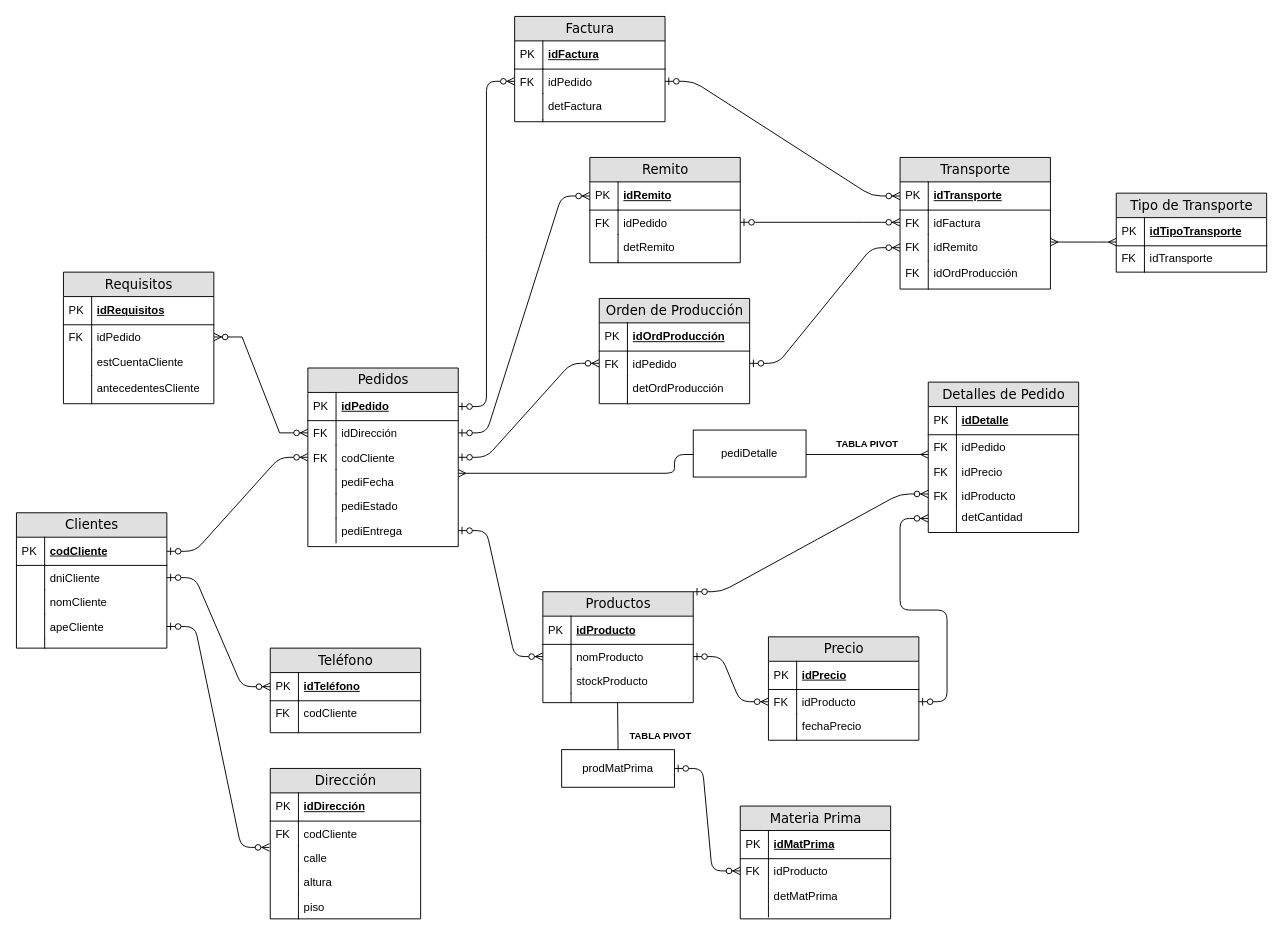
The draw.io diagram Diagrama sin título.drawio in kiloZ333/kiloZ333, before the edit. Source tidied: cells renumbered, new cells numbered last; positions are measured from the earlier drawing's top-left corner, leaving out a move shared by most shapes. Both pictures are drawn from the tidied source at 94%, with x=0, y=0 at pixel (16, 16).
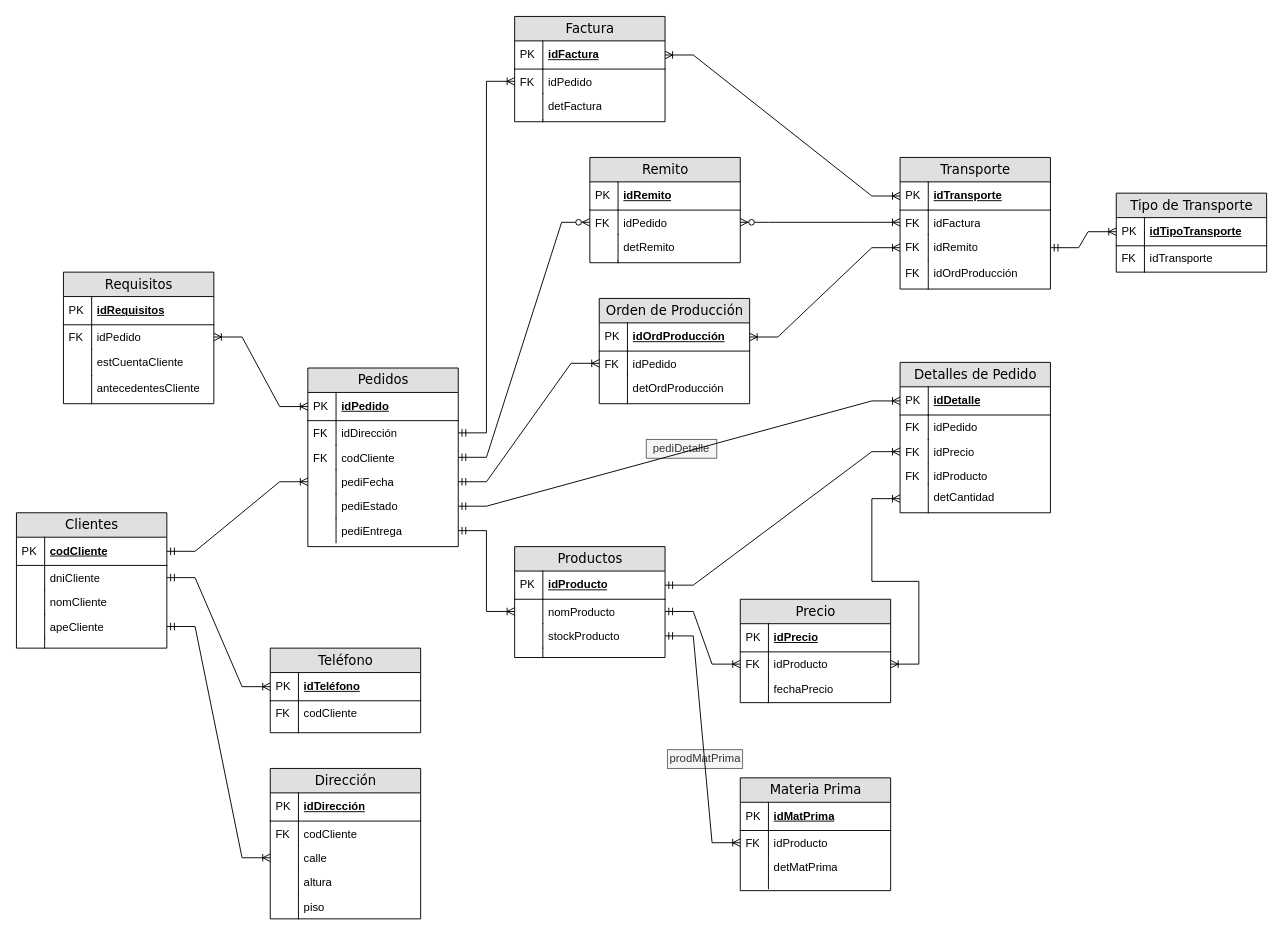
Above is the later version.

Unchanged cells that the change refers to:
```xml
<mxCell id="3" value="idDetalle" style="shape=partialRectangle;top=0;left=0;right=0;bottom=1;html=1;align=left;verticalAlign=middle;fillColor=none;spacingLeft=34;spacingRight=4;whiteSpace=wrap;overflow=hidden;points=[[0,0.5],[1,0.5]];portConstraint=eastwest;fontStyle=5;" parent="2" vertex="1">
<mxCell id="7" value="idPrecio" style="shape=partialRectangle;top=0;left=0;right=0;bottom=0;html=1;align=left;verticalAlign=top;fillColor=none;spacingLeft=34;spacingRight=4;whiteSpace=wrap;overflow=hidden;points=[[0,0.5],[1,0.5]];portConstraint=eastwest;" parent="2" vertex="1">
<mxCell id="9" value="idProducto" style="shape=partialRectangle;top=0;left=0;right=0;bottom=0;html=1;align=left;verticalAlign=top;fillColor=none;spacingLeft=34;spacingRight=4;whiteSpace=wrap;overflow=hidden;points=[[0,0.5],[1,0.5]];portConstraint=eastwest;" parent="2" vertex="1">
<mxCell id="11" value="detCantidad" style="shape=partialRectangle;top=0;left=0;right=0;bottom=0;html=1;align=left;verticalAlign=top;fillColor=none;spacingLeft=34;spacingRight=4;whiteSpace=wrap;overflow=hidden;points=[[0,0.5],[1,0.5]];portConstraint=eastwest;" parent="2" vertex="1">
<mxCell id="16" value="idProducto" style="shape=partialRectangle;top=0;left=0;right=0;bottom=0;html=1;align=left;verticalAlign=top;fillColor=none;spacingLeft=34;spacingRight=4;whiteSpace=wrap;overflow=hidden;points=[[0,0.5],[1,0.5]];portConstraint=eastwest;" parent="13" vertex="1">
<mxCell id="23" value="idProducto" style="shape=partialRectangle;top=0;left=0;right=0;bottom=1;html=1;align=left;verticalAlign=middle;fillColor=none;spacingLeft=34;spacingRight=4;whiteSpace=wrap;overflow=hidden;points=[[0,0.5],[1,0.5]];portConstraint=eastwest;fontStyle=5;" parent="22" vertex="1">
<mxCell id="25" value="nomProducto" style="shape=partialRectangle;top=0;left=0;right=0;bottom=0;html=1;align=left;verticalAlign=top;fillColor=none;spacingLeft=34;spacingRight=4;whiteSpace=wrap;overflow=hidden;points=[[0,0.5],[1,0.5]];portConstraint=eastwest;" parent="22" vertex="1">
<mxCell id="27" value="stockProducto" style="shape=partialRectangle;top=0;left=0;right=0;bottom=0;html=1;align=left;verticalAlign=top;fillColor=none;spacingLeft=34;spacingRight=4;whiteSpace=wrap;overflow=hidden;points=[[0,0.5],[1,0.5]];portConstraint=eastwest;" parent="22" vertex="1">
<mxCell id="35" value="codCliente" style="shape=partialRectangle;top=0;left=0;right=0;bottom=1;html=1;align=left;verticalAlign=middle;fillColor=none;spacingLeft=34;spacingRight=4;whiteSpace=wrap;overflow=hidden;points=[[0,0.5],[1,0.5]];portConstraint=eastwest;fontStyle=5;" parent="34" vertex="1">
<mxCell id="37" value="dniCliente" style="shape=partialRectangle;top=0;left=0;right=0;bottom=0;html=1;align=left;verticalAlign=top;fillColor=none;spacingLeft=34;spacingRight=4;whiteSpace=wrap;overflow=hidden;points=[[0,0.5],[1,0.5]];portConstraint=eastwest;" parent="34" vertex="1">
<mxCell id="41" value="apeCliente" style="shape=partialRectangle;top=0;left=0;right=0;bottom=0;html=1;align=left;verticalAlign=top;fillColor=none;spacingLeft=34;spacingRight=4;whiteSpace=wrap;overflow=hidden;points=[[0,0.5],[1,0.5]];portConstraint=eastwest;" parent="34" vertex="1">
<mxCell id="50" value="calle" style="shape=partialRectangle;top=0;left=0;right=0;bottom=0;html=1;align=left;verticalAlign=top;fillColor=none;spacingLeft=34;spacingRight=4;whiteSpace=wrap;overflow=hidden;points=[[0,0.5],[1,0.5]];portConstraint=eastwest;" parent="45" vertex="1">
<mxCell id="59" value="Pedidos" style="swimlane;html=1;fontStyle=0;horizontal=1;startSize=26;fillColor=#e0e0e0;swimlaneFillColor=#ffffff;align=center;rounded=0;shadow=0;comic=0;labelBackgroundColor=none;strokeWidth=1;fontFamily=Verdana;fontSize=14;" parent="1" vertex="1">
<mxCell id="60" value="idPedido" style="shape=partialRectangle;top=0;left=0;right=0;bottom=1;html=1;align=left;verticalAlign=middle;fillColor=none;spacingLeft=34;spacingRight=4;whiteSpace=wrap;overflow=hidden;points=[[0,0.5],[1,0.5]];portConstraint=eastwest;fontStyle=5;" parent="59" vertex="1">
<mxCell id="62" value="idDirección" style="shape=partialRectangle;top=0;left=0;right=0;bottom=0;html=1;align=left;verticalAlign=top;fillColor=none;spacingLeft=34;spacingRight=4;whiteSpace=wrap;overflow=hidden;points=[[0,0.5],[1,0.5]];portConstraint=eastwest;" parent="59" vertex="1">
<mxCell id="64" value="codCliente" style="shape=partialRectangle;top=0;left=0;right=0;bottom=0;html=1;align=left;verticalAlign=top;fillColor=none;spacingLeft=34;spacingRight=4;whiteSpace=wrap;overflow=hidden;points=[[0,0.5],[1,0.5]];portConstraint=eastwest;" parent="59" vertex="1">
<mxCell id="66" value="pediFecha" style="shape=partialRectangle;top=0;left=0;right=0;bottom=0;html=1;align=left;verticalAlign=top;fillColor=none;spacingLeft=34;spacingRight=4;whiteSpace=wrap;overflow=hidden;points=[[0,0.5],[1,0.5]];portConstraint=eastwest;" parent="59" vertex="1">
<mxCell id="68" value="pediEstado" style="shape=partialRectangle;top=0;left=0;right=0;bottom=0;html=1;align=left;verticalAlign=top;fillColor=none;spacingLeft=34;spacingRight=4;whiteSpace=wrap;overflow=hidden;points=[[0,0.5],[1,0.5]];portConstraint=eastwest;" parent="59" vertex="1">
<mxCell id="70" value="pediEntrega" style="shape=partialRectangle;top=0;left=0;right=0;bottom=0;html=1;align=left;verticalAlign=top;fillColor=none;spacingLeft=34;spacingRight=4;whiteSpace=wrap;overflow=hidden;points=[[0,0.5],[1,0.5]];portConstraint=eastwest;" parent="59" vertex="1">
<mxCell id="74" value="idTeléfono" style="shape=partialRectangle;top=0;left=0;right=0;bottom=1;html=1;align=left;verticalAlign=middle;fillColor=none;spacingLeft=34;spacingRight=4;whiteSpace=wrap;overflow=hidden;points=[[0,0.5],[1,0.5]];portConstraint=eastwest;fontStyle=5;" parent="73" vertex="1">
<mxCell id="86" value="idProducto" style="shape=partialRectangle;top=0;left=0;right=0;bottom=0;html=1;align=left;verticalAlign=top;fillColor=none;spacingLeft=34;spacingRight=4;whiteSpace=wrap;overflow=hidden;points=[[0,0.5],[1,0.5]];portConstraint=eastwest;" parent="83" vertex="1">
<mxCell id="96" value="idFactura" style="shape=partialRectangle;top=0;left=0;right=0;bottom=1;html=1;align=left;verticalAlign=middle;fillColor=none;spacingLeft=34;spacingRight=4;whiteSpace=wrap;overflow=hidden;points=[[0,0.5],[1,0.5]];portConstraint=eastwest;fontStyle=5;" parent="95" vertex="1">
<mxCell id="98" value="idPedido" style="shape=partialRectangle;top=0;left=0;right=0;bottom=0;html=1;align=left;verticalAlign=top;fillColor=none;spacingLeft=34;spacingRight=4;whiteSpace=wrap;overflow=hidden;points=[[0,0.5],[1,0.5]];portConstraint=eastwest;" parent="95" vertex="1">
<mxCell id="105" value="idRemito" style="shape=partialRectangle;top=0;left=0;right=0;bottom=1;html=1;align=left;verticalAlign=middle;fillColor=none;spacingLeft=34;spacingRight=4;whiteSpace=wrap;overflow=hidden;points=[[0,0.5],[1,0.5]];portConstraint=eastwest;fontStyle=5;" parent="104" vertex="1">
<mxCell id="107" value="idPedido" style="shape=partialRectangle;top=0;left=0;right=0;bottom=0;html=1;align=left;verticalAlign=top;fillColor=none;spacingLeft=34;spacingRight=4;whiteSpace=wrap;overflow=hidden;points=[[0,0.5],[1,0.5]];portConstraint=eastwest;" parent="104" vertex="1">
<mxCell id="115" value="idOrdProducción" style="shape=partialRectangle;top=0;left=0;right=0;bottom=1;html=1;align=left;verticalAlign=middle;fillColor=none;spacingLeft=34;spacingRight=4;whiteSpace=wrap;overflow=hidden;points=[[0,0.5],[1,0.5]];portConstraint=eastwest;fontStyle=5;" parent="114" vertex="1">
<mxCell id="117" value="idPedido" style="shape=partialRectangle;top=0;left=0;right=0;bottom=0;html=1;align=left;verticalAlign=top;fillColor=none;spacingLeft=34;spacingRight=4;whiteSpace=wrap;overflow=hidden;points=[[0,0.5],[1,0.5]];portConstraint=eastwest;" parent="114" vertex="1">
<mxCell id="128" value="idTransporte" style="shape=partialRectangle;top=0;left=0;right=0;bottom=1;html=1;align=left;verticalAlign=middle;fillColor=none;spacingLeft=34;spacingRight=4;whiteSpace=wrap;overflow=hidden;points=[[0,0.5],[1,0.5]];portConstraint=eastwest;fontStyle=5;" parent="127" vertex="1">
<mxCell id="130" value="idFactura" style="shape=partialRectangle;top=0;left=0;right=0;bottom=0;html=1;align=left;verticalAlign=top;fillColor=none;spacingLeft=34;spacingRight=4;whiteSpace=wrap;overflow=hidden;points=[[0,0.5],[1,0.5]];portConstraint=eastwest;" parent="127" vertex="1">
<mxCell id="132" value="idRemito" style="shape=partialRectangle;top=0;left=0;right=0;bottom=0;html=1;align=left;verticalAlign=top;fillColor=none;spacingLeft=34;spacingRight=4;whiteSpace=wrap;overflow=hidden;points=[[0,0.5],[1,0.5]];portConstraint=eastwest;" parent="127" vertex="1">
<mxCell id="138" value="idTipoTransporte" style="shape=partialRectangle;top=0;left=0;right=0;bottom=1;html=1;align=left;verticalAlign=middle;fillColor=none;spacingLeft=34;spacingRight=4;whiteSpace=wrap;overflow=hidden;points=[[0,0.5],[1,0.5]];portConstraint=eastwest;fontStyle=5;" parent="137" vertex="1">
<mxCell id="148" value="idPedido" style="shape=partialRectangle;top=0;left=0;right=0;bottom=0;html=1;align=left;verticalAlign=top;fillColor=none;spacingLeft=34;spacingRight=4;whiteSpace=wrap;overflow=hidden;points=[[0,0.5],[1,0.5]];portConstraint=eastwest;" parent="145" vertex="1">
```

The edit, as a diff of the source:
```diff
@@
     <mxCell id="2" value="Detalles de Pedido" style="swimlane;html=1;fontStyle=0;horizontal=1;startSize=26;fillColor=#e0e0e0;swimlaneFillColor=#ffffff;align=center;rounded=0;shadow=0;comic=0;labelBackgroundColor=none;strokeWidth=1;fontFamily=Verdana;fontSize=14;swimlaneLine=1;" parent="1" vertex="1">
-      <mxGeometry x="970" y="389" width="160" height="160" as="geometry" />
+      <mxGeometry x="940" y="368" width="160" height="160" as="geometry" />
     </mxCell>
@@
     <mxCell id="13" value="Materia Prima" style="swimlane;html=1;fontStyle=0;horizontal=1;startSize=26;fillColor=#e0e0e0;swimlaneFillColor=#ffffff;align=center;rounded=0;shadow=0;comic=0;labelBackgroundColor=none;strokeWidth=1;fontFamily=Verdana;fontSize=14;" parent="1" vertex="1">
-      <mxGeometry x="770" y="840" width="160" height="120" as="geometry" />
+      <mxGeometry x="770" y="810" width="160" height="120" as="geometry" />
     </mxCell>
@@
     <mxCell id="22" value="Productos" style="swimlane;html=1;fontStyle=0;horizontal=1;startSize=26;fillColor=#e0e0e0;swimlaneFillColor=#ffffff;align=center;rounded=0;shadow=0;comic=0;labelBackgroundColor=none;strokeWidth=1;fontFamily=Verdana;fontSize=14;" parent="1" vertex="1">
-      <mxGeometry x="560" y="612" width="160" height="118" as="geometry" />
+      <mxGeometry x="530" y="564" width="160" height="118" as="geometry" />
     </mxCell>
@@
-    <mxCell id="31" style="edgeStyle=orthogonalEdgeStyle;html=1;endArrow=ERmany;startArrow=ERmany;labelBackgroundColor=none;fontFamily=Verdana;fontSize=14;" parent="1" edge="1">
-      <mxGeometry relative="1" as="geometry">
-        <mxPoint x="970" y="466" as="sourcePoint" />
-        <mxPoint x="470" y="486" as="targetPoint" />
-        <Array as="points">
-          <mxPoint x="700" y="466" />
-          <mxPoint x="700" y="486" />
-        </Array>
-      </mxGeometry>
-    </mxCell>
-    <mxCell id="32" style="edgeStyle=entityRelationEdgeStyle;html=1;endArrow=ERzeroToMany;startArrow=ERzeroToOne;labelBackgroundColor=none;fontFamily=Verdana;fontSize=14;" parent="1" edge="1" source="60" target="98">
-      <mxGeometry relative="1" as="geometry" />
-    </mxCell>
-    <mxCell id="33" style="edgeStyle=entityRelationEdgeStyle;html=1;endArrow=ERzeroToMany;startArrow=ERzeroToOne;labelBackgroundColor=none;fontFamily=Verdana;fontSize=14;" parent="1" edge="1" source="25" target="86">
-      <mxGeometry relative="1" as="geometry" />
-    </mxCell>
@@
-    <mxCell id="56" style="edgeStyle=entityRelationEdgeStyle;html=1;endArrow=ERzeroToMany;startArrow=ERzeroToOne;labelBackgroundColor=none;fontFamily=Verdana;fontSize=14;entryX=-0.006;entryY=0.077;entryDx=0;entryDy=0;entryPerimeter=0;" parent="1" edge="1" source="41" target="50">
-      <mxGeometry relative="1" as="geometry" />
-    </mxCell>
-    <mxCell id="57" style="edgeStyle=entityRelationEdgeStyle;html=1;endArrow=ERzeroToMany;startArrow=ERzeroToOne;labelBackgroundColor=none;fontFamily=Verdana;fontSize=14;" parent="1" edge="1" source="37" target="74">
-      <mxGeometry relative="1" as="geometry" />
-    </mxCell>
-    <mxCell id="58" style="edgeStyle=entityRelationEdgeStyle;html=1;endArrow=ERzeroToMany;startArrow=ERzeroToOne;labelBackgroundColor=none;fontFamily=Verdana;fontSize=14;" parent="1" edge="1" source="35" target="64">
-      <mxGeometry relative="1" as="geometry" />
-    </mxCell>
@@
-    <mxCell id="72" style="edgeStyle=entityRelationEdgeStyle;html=1;endArrow=ERzeroToMany;startArrow=ERzeroToOne;labelBackgroundColor=none;fontFamily=Verdana;fontSize=14;" parent="1" edge="1" source="70" target="25">
-      <mxGeometry relative="1" as="geometry" />
-    </mxCell>
@@
-    <mxCell id="78" value="prodMatPrima" style="rounded=0;whiteSpace=wrap;html=1;" parent="1" vertex="1">
-      <mxGeometry x="580" y="780" width="120" height="40" as="geometry" />
+    <mxCell id="78" value="prodMatPrima" style="rounded=0;whiteSpace=wrap;html=1;shadow=0;glass=0;labelBackgroundColor=none;fillColor=#f5f5f5;fontColor=#333333;strokeColor=#666666;" parent="1" vertex="1">
+      <mxGeometry x="692.5" y="780" width="80" height="20" as="geometry" />
     </mxCell>
-    <mxCell id="79" value="&lt;font size=&quot;1&quot;&gt;&lt;b&gt;&lt;font style=&quot;font-size: 10px;&quot;&gt;TABLA PIVOT&lt;/font&gt;&lt;/b&gt;&lt;/font&gt;" style="text;html=1;align=center;verticalAlign=middle;strokeColor=none;fillColor=none;" parent="1" vertex="1">
-      <mxGeometry x="640" y="750" width="90" height="30" as="geometry" />
-    </mxCell>
-    <mxCell id="80" style="edgeStyle=entityRelationEdgeStyle;html=1;endArrow=ERzeroToMany;startArrow=ERzeroToOne;labelBackgroundColor=none;fontFamily=Verdana;fontSize=14;exitX=1;exitY=0.5;exitDx=0;exitDy=0;" parent="1" edge="1" target="16">
-      <mxGeometry relative="1" as="geometry">
-        <mxPoint x="700" y="800" as="sourcePoint" />
-      </mxGeometry>
-    </mxCell>
-    <mxCell id="81" style="endArrow=none;html=1;rounded=0;exitX=0.5;exitY=0;exitDx=0;exitDy=0;" parent="1" edge="1" source="78">
-      <mxGeometry relative="1" as="geometry">
-        <mxPoint x="639.5" y="730" as="targetPoint" />
-      </mxGeometry>
-    </mxCell>
-    <mxCell id="82" style="edgeStyle=entityRelationEdgeStyle;html=1;endArrow=ERzeroToMany;startArrow=ERzeroToOne;labelBackgroundColor=none;fontFamily=Verdana;fontSize=14;exitX=1;exitY=0;exitDx=0;exitDy=0;" parent="1" edge="1" source="22" target="9">
-      <mxGeometry relative="1" as="geometry" />
-    </mxCell>
     <mxCell id="83" value="Precio" style="swimlane;html=1;fontStyle=0;horizontal=1;startSize=26;fillColor=#e0e0e0;swimlaneFillColor=#ffffff;align=center;rounded=0;shadow=0;comic=0;labelBackgroundColor=none;strokeWidth=1;fontFamily=Verdana;fontSize=14;" parent="1" vertex="1">
-      <mxGeometry x="800" y="660" width="160" height="110" as="geometry" />
+      <mxGeometry x="770" y="620" width="160" height="110" as="geometry" />
     </mxCell>
@@
-    <mxCell id="92" style="edgeStyle=entityRelationEdgeStyle;html=1;endArrow=ERzeroToMany;startArrow=ERzeroToOne;labelBackgroundColor=none;fontFamily=Verdana;fontSize=14;entryX=0;entryY=0.5;entryDx=0;entryDy=0;" parent="1" edge="1" source="86" target="11">
-      <mxGeometry relative="1" as="geometry" />
-    </mxCell>
-    <mxCell id="93" value="pediDetalle" style="rounded=0;whiteSpace=wrap;html=1;" parent="1" vertex="1">
-      <mxGeometry x="720" y="440" width="120" height="50" as="geometry" />
-    </mxCell>
-    <mxCell id="94" style="edgeStyle=entityRelationEdgeStyle;html=1;endArrow=ERzeroToMany;startArrow=ERzeroToOne;labelBackgroundColor=none;fontFamily=Verdana;fontSize=14;" parent="1" edge="1" source="62" target="105">
-      <mxGeometry relative="1" as="geometry" />
-    </mxCell>
@@
-    <mxCell id="113" style="edgeStyle=entityRelationEdgeStyle;html=1;endArrow=ERzeroToMany;startArrow=ERzeroToOne;labelBackgroundColor=none;fontFamily=Verdana;fontSize=14;" parent="1" edge="1" source="59" target="117">
-      <mxGeometry relative="1" as="geometry" />
-    </mxCell>
@@
-    <mxCell id="123" value="&lt;font size=&quot;1&quot;&gt;&lt;b&gt;TABLA PIVOT&lt;/b&gt;&lt;/font&gt;" style="text;html=1;align=center;verticalAlign=middle;strokeColor=none;fillColor=none;" parent="1" vertex="1">
-      <mxGeometry x="860" y="440" width="90" height="30" as="geometry" />
-    </mxCell>
-    <mxCell id="124" style="edgeStyle=entityRelationEdgeStyle;html=1;endArrow=ERzeroToMany;startArrow=ERzeroToOne;labelBackgroundColor=none;fontFamily=Verdana;fontSize=14;" parent="1" edge="1" source="117" target="132">
-      <mxGeometry relative="1" as="geometry" />
-    </mxCell>
-    <mxCell id="125" style="edgeStyle=entityRelationEdgeStyle;html=1;endArrow=ERzeroToMany;startArrow=ERzeroToOne;labelBackgroundColor=none;fontFamily=Verdana;fontSize=14;" parent="1" edge="1" source="107" target="130">
-      <mxGeometry relative="1" as="geometry" />
-    </mxCell>
-    <mxCell id="126" style="edgeStyle=entityRelationEdgeStyle;html=1;endArrow=ERzeroToMany;startArrow=ERzeroToOne;labelBackgroundColor=none;fontFamily=Verdana;fontSize=14;" parent="1" edge="1" source="98" target="128">
-      <mxGeometry relative="1" as="geometry" />
-    </mxCell>
@@
-    <mxCell id="136" style="edgeStyle=orthogonalEdgeStyle;html=1;endArrow=ERmany;startArrow=ERmany;labelBackgroundColor=none;fontFamily=Verdana;fontSize=14;" parent="1" edge="1" source="138" target="132">
-      <mxGeometry relative="1" as="geometry">
-        <Array as="points">
-          <mxPoint x="1150" y="240" />
-          <mxPoint x="1150" y="240" />
-        </Array>
-      </mxGeometry>
-    </mxCell>
@@
-    <mxCell id="144" style="edgeStyle=entityRelationEdgeStyle;fontSize=12;html=1;endArrow=ERzeroToMany;endFill=1;startArrow=ERzeroToMany;rounded=0;" parent="1" edge="1" source="148" target="62">
-      <mxGeometry relative="1" as="geometry" />
-    </mxCell>
@@
+    <mxCell id="56" style="edgeStyle=entityRelationEdgeStyle;fontSize=12;html=1;endArrow=ERoneToMany;startArrow=ERmandOne;rounded=0;" parent="1" edge="1" source="41" target="50">
+      <mxGeometry relative="1" as="geometry" />
+    </mxCell>
+    <mxCell id="57" style="edgeStyle=entityRelationEdgeStyle;fontSize=12;html=1;endArrow=ERoneToMany;startArrow=ERmandOne;rounded=0;" parent="1" edge="1" source="37" target="74">
+      <mxGeometry relative="1" as="geometry" />
+    </mxCell>
+    <mxCell id="154" style="edgeStyle=entityRelationEdgeStyle;fontSize=12;html=1;endArrow=ERoneToMany;startArrow=ERmandOne;rounded=0;" parent="1" edge="1" source="35" target="66">
+      <mxGeometry relative="1" as="geometry" />
+    </mxCell>
+    <mxCell id="155" style="edgeStyle=entityRelationEdgeStyle;fontSize=12;html=1;endArrow=ERzeroToMany;startArrow=ERmandOne;rounded=0;" parent="1" edge="1" source="64" target="107">
+      <mxGeometry relative="1" as="geometry" />
+    </mxCell>
+    <mxCell id="156" style="edgeStyle=entityRelationEdgeStyle;fontSize=12;html=1;endArrow=ERoneToMany;startArrow=ERmandOne;rounded=0;" parent="1" edge="1" source="66" target="117">
+      <mxGeometry relative="1" as="geometry" />
+    </mxCell>
+    <mxCell id="157" style="edgeStyle=entityRelationEdgeStyle;fontSize=12;html=1;endArrow=ERoneToMany;startArrow=ERmandOne;rounded=0;" parent="1" edge="1" source="62" target="98">
+      <mxGeometry relative="1" as="geometry" />
+    </mxCell>
+    <mxCell id="158" style="edgeStyle=entityRelationEdgeStyle;fontSize=12;html=1;endArrow=ERoneToMany;startArrow=ERmandOne;rounded=0;" parent="1" edge="1" source="132" target="138">
+      <mxGeometry relative="1" as="geometry">
+        <Array as="points">
+          <mxPoint x="1170" y="166" />
+        </Array>
+      </mxGeometry>
+    </mxCell>
+    <mxCell id="93" value="pediDetalle" style="rounded=0;whiteSpace=wrap;html=1;strokeColor=#666666;rotation=0;fillColor=#f5f5f5;fontColor=#333333;" parent="1" vertex="1">
+      <mxGeometry x="670" y="450" width="75" height="20" as="geometry" />
+    </mxCell>
+    <mxCell id="72" style="edgeStyle=entityRelationEdgeStyle;fontSize=12;html=1;endArrow=ERoneToMany;startArrow=ERmandOne;rounded=0;" parent="1" edge="1" source="70" target="25">
+      <mxGeometry relative="1" as="geometry" />
+    </mxCell>
+    <mxCell id="159" style="edgeStyle=entityRelationEdgeStyle;fontSize=12;html=1;endArrow=ERoneToMany;startArrow=ERmandOne;rounded=0;" parent="1" edge="1" source="23" target="7">
+      <mxGeometry relative="1" as="geometry" />
+    </mxCell>
+    <mxCell id="33" style="edgeStyle=entityRelationEdgeStyle;fontSize=12;html=1;endArrow=ERoneToMany;startArrow=ERmandOne;rounded=0;" parent="1" edge="1" source="25" target="86">
+      <mxGeometry relative="1" as="geometry" />
+    </mxCell>
+    <mxCell id="160" style="edgeStyle=entityRelationEdgeStyle;fontSize=12;html=1;endArrow=ERoneToMany;startArrow=ERmandOne;rounded=0;" parent="1" edge="1" source="27" target="16">
+      <mxGeometry relative="1" as="geometry">
+        <Array as="points">
+          <mxPoint x="740" y="860" />
+        </Array>
+      </mxGeometry>
+    </mxCell>
+    <mxCell id="161" style="edgeStyle=entityRelationEdgeStyle;fontSize=12;html=1;endArrow=ERoneToMany;startArrow=ERmandOne;rounded=0;" parent="1" edge="1" source="68" target="3">
+      <mxGeometry relative="1" as="geometry" />
+    </mxCell>
+    <mxCell id="125" style="edgeStyle=entityRelationEdgeStyle;fontSize=12;html=1;endArrow=ERoneToMany;startArrow=ERzeroToMany;rounded=0;" parent="1" edge="1" source="107" target="130">
+      <mxGeometry relative="1" as="geometry" />
+    </mxCell>
+    <mxCell id="162" style="edgeStyle=entityRelationEdgeStyle;fontSize=12;html=1;endArrow=ERoneToMany;startArrow=ERoneToMany;rounded=0;" parent="1" edge="1" source="96" target="128">
+      <mxGeometry relative="1" as="geometry" />
+    </mxCell>
+    <mxCell id="163" style="edgeStyle=entityRelationEdgeStyle;fontSize=12;html=1;endArrow=ERoneToMany;startArrow=ERoneToMany;rounded=0;" parent="1" edge="1" source="115" target="132">
+      <mxGeometry relative="1" as="geometry" />
+    </mxCell>
+    <mxCell id="92" style="edgeStyle=entityRelationEdgeStyle;fontSize=12;html=1;endArrow=ERoneToMany;startArrow=ERoneToMany;rounded=0;" parent="1" edge="1" source="86" target="11">
+      <mxGeometry relative="1" as="geometry" />
+    </mxCell>
+    <mxCell id="164" style="edgeStyle=entityRelationEdgeStyle;fontSize=12;html=1;endArrow=ERoneToMany;startArrow=ERoneToMany;rounded=0;" parent="1" edge="1" source="148" target="60">
+      <mxGeometry relative="1" as="geometry" />
+    </mxCell>
```
